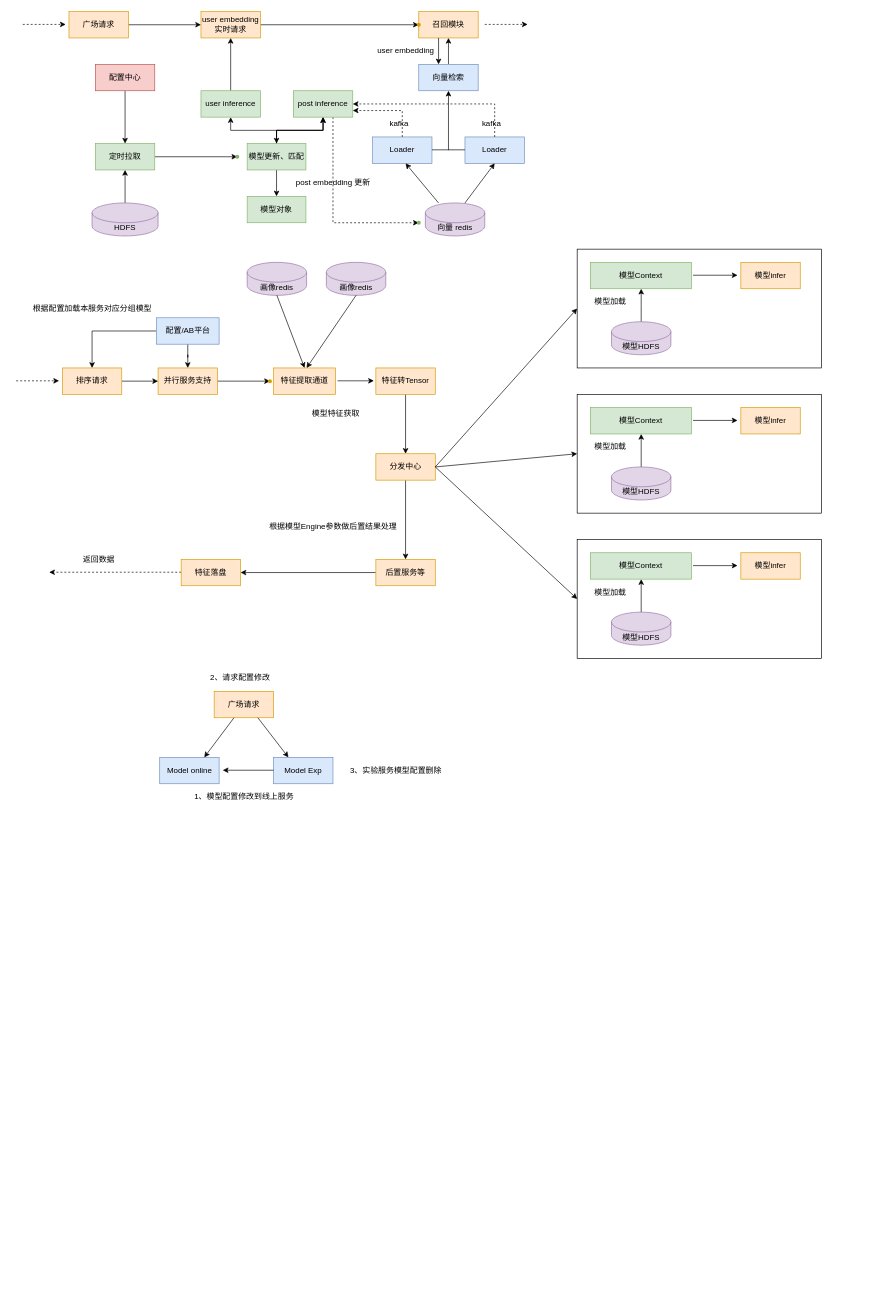
Above: page "Page-1" (1 of 2) of drawIO_sort.drawio in pjhope/dml (draw.io), before the change. Source tidied: cells renumbered, new cells numbered last; positions are measured from the earlier drawing's top-left corner, leaving out a move shared by most shapes. Both pictures are drawn from the tidied source at 66%, with x=0, y=0 at pixel (16, 11).
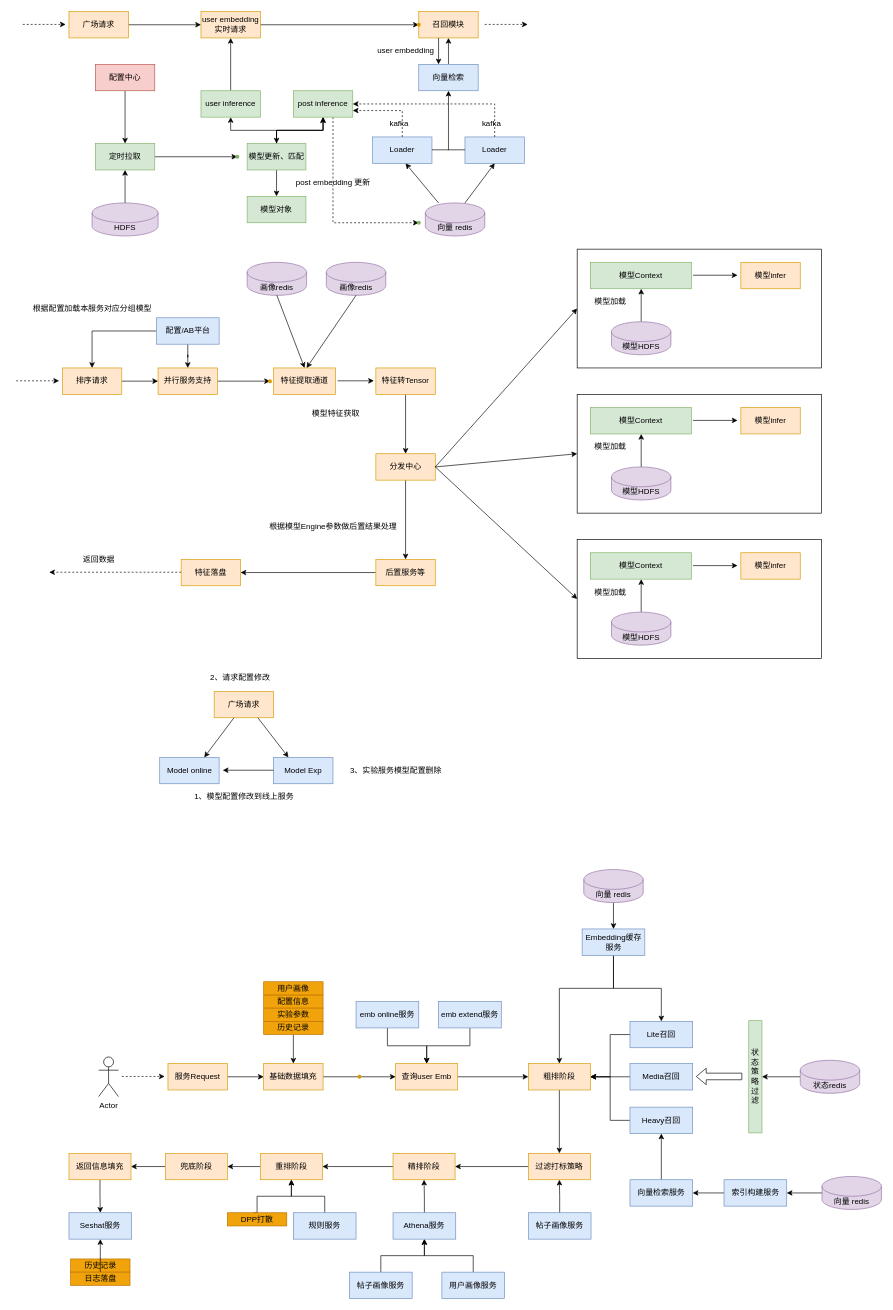
The same page after the edit.

The edit, as a diff of the source:
```diff
@@
+    <mxCell id="105" style="edgeStyle=orthogonalEdgeStyle;rounded=0;jettySize=auto;html=1;entryX=0;entryY=0.5;entryDx=0;entryDy=0;" parent="1" edge="1" source="106" target="108">
+      <mxGeometry relative="1" as="geometry" />
+    </mxCell>
+    <mxCell id="106" value="基础数据填充" style="rounded=0;whiteSpace=wrap;html=1;fillColor=#ffe6cc;strokeColor=#d79b00;" parent="1" vertex="1">
+      <mxGeometry x="375" y="1594" width="90" height="40" as="geometry" />
+    </mxCell>
+    <mxCell id="107" style="edgeStyle=orthogonalEdgeStyle;rounded=0;jettySize=auto;html=1;" parent="1" edge="1" source="108" target="124">
+      <mxGeometry relative="1" as="geometry" />
+    </mxCell>
+    <mxCell id="108" value="查询user Emb" style="rounded=0;whiteSpace=wrap;html=1;fillColor=#ffe6cc;strokeColor=#d79b00;" parent="1" vertex="1">
+      <mxGeometry x="575" y="1594" width="94" height="40" as="geometry" />
+    </mxCell>
+    <mxCell id="109" style="shape=waypoint;sketch=0;size=6;fillColor=#ffe6cc;perimeter=centerPerimeter;strokeColor=#d79b00;rounded=0;" parent="1" vertex="1">
+      <mxGeometry x="500" y="1594" width="40" height="40" as="geometry" />
+    </mxCell>
+    <mxCell id="110" style="edgeStyle=orthogonalEdgeStyle;rounded=0;jettySize=auto;html=1;" parent="1" edge="1" source="111" target="106">
+      <mxGeometry relative="1" as="geometry" />
+    </mxCell>
+    <mxCell id="111" value="服务Request" style="rounded=0;whiteSpace=wrap;html=1;fillColor=#ffe6cc;strokeColor=#d79b00;" parent="1" vertex="1">
+      <mxGeometry x="230" y="1594" width="90" height="40" as="geometry" />
+    </mxCell>
+    <mxCell id="112" style="endArrow=classic;html=1;rounded=0;dashed=1;" parent="1" edge="1">
+      <mxGeometry relative="1" as="geometry">
+        <mxPoint x="160" y="1613.5" as="sourcePoint" />
+        <mxPoint x="225" y="1613.5" as="targetPoint" />
+      </mxGeometry>
+    </mxCell>
+    <mxCell id="113" value="Actor" style="shape=umlActor;verticalLabelPosition=bottom;verticalAlign=top;html=1;" parent="1" vertex="1">
+      <mxGeometry x="125" y="1584" width="30" height="60" as="geometry" />
+    </mxCell>
+    <mxCell id="114" value="配置信息" style="rounded=0;whiteSpace=wrap;html=1;fillColor=#f0a30a;strokeColor=#BD7000;fontColor=#000000;" parent="1" vertex="1">
+      <mxGeometry x="375" y="1490" width="90" height="20" as="geometry" />
+    </mxCell>
+    <mxCell id="115" value="实验参数" style="rounded=0;whiteSpace=wrap;html=1;fillColor=#f0a30a;strokeColor=#BD7000;fontColor=#000000;" parent="1" vertex="1">
+      <mxGeometry x="375" y="1510" width="90" height="20" as="geometry" />
+    </mxCell>
+    <mxCell id="116" style="edgeStyle=orthogonalEdgeStyle;rounded=0;jettySize=auto;html=1;" parent="1" edge="1" source="117" target="106">
+      <mxGeometry relative="1" as="geometry" />
+    </mxCell>
+    <mxCell id="117" value="历史记录" style="rounded=0;whiteSpace=wrap;html=1;fillColor=#f0a30a;strokeColor=#BD7000;fontColor=#000000;" parent="1" vertex="1">
+      <mxGeometry x="375" y="1530" width="90" height="20" as="geometry" />
+    </mxCell>
+    <mxCell id="118" value="用户画像" style="rounded=0;whiteSpace=wrap;html=1;fillColor=#f0a30a;strokeColor=#BD7000;fontColor=#000000;" parent="1" vertex="1">
+      <mxGeometry x="375" y="1470" width="90" height="20" as="geometry" />
+    </mxCell>
+    <mxCell id="119" style="edgeStyle=orthogonalEdgeStyle;rounded=0;jettySize=auto;html=1;entryX=0.5;entryY=0;entryDx=0;entryDy=0;" parent="1" edge="1" source="120" target="108">
+      <mxGeometry relative="1" as="geometry" />
+    </mxCell>
+    <mxCell id="120" value="emb online服务" style="rounded=0;whiteSpace=wrap;html=1;fillColor=#dae8fc;strokeColor=#6c8ebf;" parent="1" vertex="1">
+      <mxGeometry x="515" y="1500" width="95" height="40" as="geometry" />
+    </mxCell>
+    <mxCell id="121" style="edgeStyle=orthogonalEdgeStyle;rounded=0;jettySize=auto;html=1;" parent="1" edge="1" source="122" target="108">
+      <mxGeometry relative="1" as="geometry" />
+    </mxCell>
+    <mxCell id="122" value="emb extend服务" style="rounded=0;whiteSpace=wrap;html=1;fillColor=#dae8fc;strokeColor=#6c8ebf;" parent="1" vertex="1">
+      <mxGeometry x="640" y="1500" width="95" height="40" as="geometry" />
+    </mxCell>
+    <mxCell id="123" style="edgeStyle=orthogonalEdgeStyle;rounded=0;jettySize=auto;html=1;" parent="1" edge="1" source="124" target="145">
+      <mxGeometry relative="1" as="geometry" />
+    </mxCell>
+    <mxCell id="124" value="粗排阶段" style="rounded=0;whiteSpace=wrap;html=1;fillColor=#ffe6cc;strokeColor=#d79b00;" parent="1" vertex="1">
+      <mxGeometry x="776" y="1594" width="94" height="40" as="geometry" />
+    </mxCell>
+    <mxCell id="125" style="edgeStyle=orthogonalEdgeStyle;rounded=0;jettySize=auto;html=1;entryX=1;entryY=0.5;entryDx=0;entryDy=0;exitX=0;exitY=0.5;exitDx=0;exitDy=0;" parent="1" edge="1" source="126" target="124">
+      <mxGeometry relative="1" as="geometry">
+        <Array as="points">
+          <mxPoint x="900" y="1550" />
+          <mxPoint x="900" y="1614" />
+        </Array>
+      </mxGeometry>
+    </mxCell>
+    <mxCell id="126" value="Lite召回" style="rounded=0;whiteSpace=wrap;html=1;fillColor=#dae8fc;strokeColor=#6c8ebf;" parent="1" vertex="1">
+      <mxGeometry x="930" y="1530" width="95" height="40" as="geometry" />
+    </mxCell>
+    <mxCell id="127" style="edgeStyle=orthogonalEdgeStyle;rounded=0;jettySize=auto;html=1;" parent="1" edge="1" source="128" target="124">
+      <mxGeometry relative="1" as="geometry" />
+    </mxCell>
+    <mxCell id="128" value="Media召回" style="rounded=0;whiteSpace=wrap;html=1;fillColor=#dae8fc;strokeColor=#6c8ebf;" parent="1" vertex="1">
+      <mxGeometry x="930" y="1594" width="95" height="40" as="geometry" />
+    </mxCell>
+    <mxCell id="129" style="edgeStyle=orthogonalEdgeStyle;rounded=0;jettySize=auto;html=1;entryX=1;entryY=0.5;entryDx=0;entryDy=0;" parent="1" edge="1" source="130" target="124">
+      <mxGeometry relative="1" as="geometry" />
+    </mxCell>
+    <mxCell id="130" value="Heavy召回" style="rounded=0;whiteSpace=wrap;html=1;fillColor=#dae8fc;strokeColor=#6c8ebf;" parent="1" vertex="1">
+      <mxGeometry x="930" y="1660" width="95" height="40" as="geometry" />
+    </mxCell>
+    <mxCell id="131" style="edgeStyle=orthogonalEdgeStyle;rounded=0;jettySize=auto;html=1;entryX=0.5;entryY=0;entryDx=0;entryDy=0;" parent="1" edge="1" source="133" target="124">
+      <mxGeometry relative="1" as="geometry">
+        <Array as="points">
+          <mxPoint x="905" y="1480" />
+          <mxPoint x="823" y="1480" />
+        </Array>
+      </mxGeometry>
+    </mxCell>
+    <mxCell id="132" style="edgeStyle=orthogonalEdgeStyle;rounded=0;jettySize=auto;html=1;" parent="1" edge="1" source="133" target="126">
+      <mxGeometry relative="1" as="geometry" />
+    </mxCell>
+    <mxCell id="133" value="Embedding缓存服务" style="rounded=0;whiteSpace=wrap;html=1;fillColor=#dae8fc;strokeColor=#6c8ebf;" parent="1" vertex="1">
+      <mxGeometry x="857.5" y="1390" width="95" height="40" as="geometry" />
+    </mxCell>
+    <mxCell id="134" style="edgeStyle=orthogonalEdgeStyle;rounded=0;jettySize=auto;html=1;" parent="1" edge="1" source="135" target="133">
+      <mxGeometry relative="1" as="geometry" />
+    </mxCell>
+    <mxCell id="135" value="向量 redis" style="shape=cylinder3;whiteSpace=wrap;html=1;boundedLbl=1;backgroundOutline=1;size=15;fillColor=#e1d5e7;strokeColor=#9673a6;" parent="1" vertex="1">
+      <mxGeometry x="860" y="1300" width="90" height="50" as="geometry" />
+    </mxCell>
+    <mxCell id="136" value="状态策略&lt;br&gt;过滤" style="rounded=0;whiteSpace=wrap;html=1;fillColor=#d5e8d4;strokeColor=#82b366;" parent="1" vertex="1">
+      <mxGeometry x="1110" y="1529" width="20" height="170" as="geometry" />
+    </mxCell>
+    <mxCell id="137" style="shape=flexArrow;endArrow=classic;html=1;rounded=0;endWidth=14;endSize=4.67;" parent="1" edge="1">
+      <mxGeometry relative="1" as="geometry">
+        <mxPoint x="1100" y="1613.5" as="sourcePoint" />
+        <mxPoint x="1030" y="1613.5" as="targetPoint" />
+      </mxGeometry>
+    </mxCell>
+    <mxCell id="138" style="edgeStyle=orthogonalEdgeStyle;rounded=0;jettySize=auto;html=1;" parent="1" edge="1" source="139" target="136">
+      <mxGeometry relative="1" as="geometry" />
+    </mxCell>
+    <mxCell id="139" value="状态redis" style="shape=cylinder3;whiteSpace=wrap;html=1;boundedLbl=1;backgroundOutline=1;size=15;fillColor=#e1d5e7;strokeColor=#9673a6;" parent="1" vertex="1">
+      <mxGeometry x="1188" y="1589" width="90" height="50" as="geometry" />
+    </mxCell>
+    <mxCell id="140" style="edgeStyle=orthogonalEdgeStyle;rounded=0;jettySize=auto;html=1;" parent="1" edge="1" source="141" target="143">
+      <mxGeometry relative="1" as="geometry" />
+    </mxCell>
+    <mxCell id="141" value="精排阶段" style="rounded=0;whiteSpace=wrap;html=1;fillColor=#ffe6cc;strokeColor=#d79b00;" parent="1" vertex="1">
+      <mxGeometry x="571" y="1730" width="94" height="40" as="geometry" />
+    </mxCell>
+    <mxCell id="142" style="edgeStyle=orthogonalEdgeStyle;rounded=0;jettySize=auto;html=1;" parent="1" edge="1" source="143" target="158">
+      <mxGeometry relative="1" as="geometry" />
+    </mxCell>
+    <mxCell id="143" value="重排阶段" style="rounded=0;whiteSpace=wrap;html=1;fillColor=#ffe6cc;strokeColor=#d79b00;" parent="1" vertex="1">
+      <mxGeometry x="370" y="1730" width="94" height="40" as="geometry" />
+    </mxCell>
+    <mxCell id="144" style="edgeStyle=orthogonalEdgeStyle;rounded=0;jettySize=auto;html=1;" parent="1" edge="1" source="145" target="141">
+      <mxGeometry relative="1" as="geometry" />
+    </mxCell>
+    <mxCell id="145" value="过滤打标策略" style="rounded=0;whiteSpace=wrap;html=1;fillColor=#ffe6cc;strokeColor=#d79b00;" parent="1" vertex="1">
+      <mxGeometry x="776" y="1730" width="94" height="40" as="geometry" />
+    </mxCell>
+    <mxCell id="146" style="edgeStyle=orthogonalEdgeStyle;rounded=0;jettySize=auto;html=1;" parent="1" edge="1" source="147" target="141">
+      <mxGeometry relative="1" as="geometry" />
+    </mxCell>
+    <mxCell id="147" value="Athena服务" style="rounded=0;whiteSpace=wrap;html=1;fillColor=#dae8fc;strokeColor=#6c8ebf;" parent="1" vertex="1">
+      <mxGeometry x="571" y="1820" width="95" height="40" as="geometry" />
+    </mxCell>
+    <mxCell id="148" style="edgeStyle=orthogonalEdgeStyle;rounded=0;jettySize=auto;html=1;" parent="1" edge="1" source="149" target="147">
+      <mxGeometry relative="1" as="geometry" />
+    </mxCell>
+    <mxCell id="149" value="帖子画像服务" style="rounded=0;whiteSpace=wrap;html=1;fillColor=#dae8fc;strokeColor=#6c8ebf;" parent="1" vertex="1">
+      <mxGeometry x="505" y="1910" width="95" height="40" as="geometry" />
+    </mxCell>
+    <mxCell id="150" style="edgeStyle=orthogonalEdgeStyle;rounded=0;jettySize=auto;html=1;" parent="1" edge="1" source="151" target="147">
+      <mxGeometry relative="1" as="geometry" />
+    </mxCell>
+    <mxCell id="151" value="用户画像服务" style="rounded=0;whiteSpace=wrap;html=1;fillColor=#dae8fc;strokeColor=#6c8ebf;" parent="1" vertex="1">
+      <mxGeometry x="645" y="1910" width="95" height="40" as="geometry" />
+    </mxCell>
+    <mxCell id="152" style="edgeStyle=orthogonalEdgeStyle;rounded=0;jettySize=auto;html=1;" parent="1" edge="1" source="154" target="143">
+      <mxGeometry relative="1" as="geometry" />
+    </mxCell>
+    <mxCell id="153" style="edgeStyle=orthogonalEdgeStyle;rounded=0;jettySize=auto;html=1;exitX=0.5;exitY=0;exitDx=0;exitDy=0;" parent="1" edge="1" source="154">
+      <mxGeometry relative="1" as="geometry">
+        <mxPoint x="360" y="1840" as="targetPoint" />
+      </mxGeometry>
+    </mxCell>
+    <mxCell id="154" value="DPP打散" style="rounded=0;whiteSpace=wrap;html=1;fillColor=#f0a30a;strokeColor=#BD7000;fontColor=#000000;" parent="1" vertex="1">
+      <mxGeometry x="320" y="1820" width="90" height="20" as="geometry" />
+    </mxCell>
+    <mxCell id="155" style="edgeStyle=orthogonalEdgeStyle;rounded=0;jettySize=auto;html=1;" parent="1" edge="1" source="156" target="143">
+      <mxGeometry relative="1" as="geometry" />
+    </mxCell>
+    <mxCell id="156" value="规则服务" style="rounded=0;whiteSpace=wrap;html=1;fillColor=#dae8fc;strokeColor=#6c8ebf;" parent="1" vertex="1">
+      <mxGeometry x="420" y="1820" width="95" height="40" as="geometry" />
+    </mxCell>
+    <mxCell id="157" style="edgeStyle=orthogonalEdgeStyle;rounded=0;jettySize=auto;html=1;" parent="1" edge="1" source="158" target="160">
+      <mxGeometry relative="1" as="geometry" />
+    </mxCell>
+    <mxCell id="158" value="兜底阶段" style="rounded=0;whiteSpace=wrap;html=1;fillColor=#ffe6cc;strokeColor=#d79b00;" parent="1" vertex="1">
+      <mxGeometry x="226" y="1730" width="94" height="40" as="geometry" />
+    </mxCell>
+    <mxCell id="159" style="edgeStyle=orthogonalEdgeStyle;rounded=0;jettySize=auto;html=1;" parent="1" edge="1" source="160" target="161">
+      <mxGeometry relative="1" as="geometry" />
+    </mxCell>
+    <mxCell id="160" value="返回信息填充" style="rounded=0;whiteSpace=wrap;html=1;fillColor=#ffe6cc;strokeColor=#d79b00;" parent="1" vertex="1">
+      <mxGeometry x="80" y="1730" width="94" height="40" as="geometry" />
+    </mxCell>
+    <mxCell id="161" value="Seshat服务" style="rounded=0;whiteSpace=wrap;html=1;fillColor=#dae8fc;strokeColor=#6c8ebf;" parent="1" vertex="1">
+      <mxGeometry x="80" y="1820" width="95" height="40" as="geometry" />
+    </mxCell>
+    <mxCell id="162" style="edgeStyle=orthogonalEdgeStyle;rounded=0;jettySize=auto;html=1;" parent="1" edge="1" source="163" target="145">
+      <mxGeometry relative="1" as="geometry" />
+    </mxCell>
+    <mxCell id="163" value="帖子画像服务" style="rounded=0;whiteSpace=wrap;html=1;fillColor=#dae8fc;strokeColor=#6c8ebf;" parent="1" vertex="1">
+      <mxGeometry x="776" y="1820" width="95" height="40" as="geometry" />
+    </mxCell>
+    <mxCell id="164" style="edgeStyle=orthogonalEdgeStyle;rounded=0;jettySize=auto;html=1;" parent="1" edge="1" source="165" target="130">
+      <mxGeometry relative="1" as="geometry" />
+    </mxCell>
+    <mxCell id="165" value="向量检索服务" style="rounded=0;whiteSpace=wrap;html=1;fillColor=#dae8fc;strokeColor=#6c8ebf;" parent="1" vertex="1">
+      <mxGeometry x="930" y="1770" width="95" height="40" as="geometry" />
+    </mxCell>
+    <mxCell id="166" style="edgeStyle=orthogonalEdgeStyle;rounded=0;jettySize=auto;html=1;" parent="1" edge="1" source="167" target="165">
+      <mxGeometry relative="1" as="geometry" />
+    </mxCell>
+    <mxCell id="167" value="索引构建服务" style="rounded=0;whiteSpace=wrap;html=1;fillColor=#dae8fc;strokeColor=#6c8ebf;" parent="1" vertex="1">
+      <mxGeometry x="1072.5" y="1770" width="95" height="40" as="geometry" />
+    </mxCell>
+    <mxCell id="168" style="edgeStyle=orthogonalEdgeStyle;rounded=0;jettySize=auto;html=1;" parent="1" edge="1" source="169" target="167">
+      <mxGeometry relative="1" as="geometry" />
+    </mxCell>
+    <mxCell id="169" value="向量 redis" style="shape=cylinder3;whiteSpace=wrap;html=1;boundedLbl=1;backgroundOutline=1;size=15;fillColor=#e1d5e7;strokeColor=#9673a6;" parent="1" vertex="1">
+      <mxGeometry x="1221" y="1765" width="90" height="50" as="geometry" />
+    </mxCell>
+    <mxCell id="170" value="历史记录" style="rounded=0;whiteSpace=wrap;html=1;fillColor=#f0a30a;strokeColor=#BD7000;fontColor=#000000;" parent="1" vertex="1">
+      <mxGeometry x="82.5" y="1890" width="90" height="20" as="geometry" />
+    </mxCell>
+    <mxCell id="171" style="edgeStyle=orthogonalEdgeStyle;rounded=0;jettySize=auto;html=1;" parent="1" edge="1" source="172" target="161">
+      <mxGeometry relative="1" as="geometry" />
+    </mxCell>
+    <mxCell id="172" value="日志落盘" style="rounded=0;whiteSpace=wrap;html=1;fillColor=#f0a30a;strokeColor=#BD7000;fontColor=#000000;" parent="1" vertex="1">
+      <mxGeometry x="82.5" y="1910" width="90" height="20" as="geometry" />
+    </mxCell>
```
